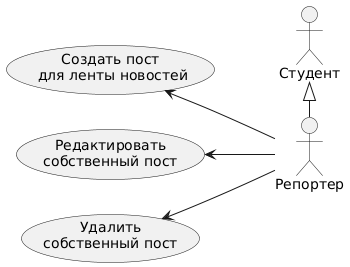
This is diagrams/usecase_Reporter.png from eatdetey/kubsuEVENTS, a PlantUML export, as it was before one commit. Source of this version:
```plantuml
@startuml
actor "Репортер" as rep
actor "Студент" as stu
usecase "Создать пост\n для ленты новостей" as createNews
usecase "Редактировать\nсобственный пост" as editNews
usecase "Удалить\nсобственный пост" as deleteNews
left to right direction
stu <|- rep
createNews <-- rep
editNews <-- rep
deleteNews <-- rep
@enduml
```
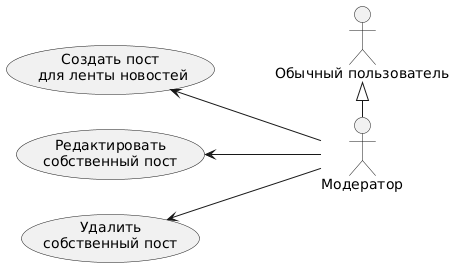
Above is the later version.

The edit, as a diff of the source:
```diff
@@ -1,6 +1,6 @@
 @startuml
-actor "Репортер" as rep
-actor "Студент" as stu
+actor "Модератор" as rep
+actor "Обычный пользователь" as stu
 usecase "Создать пост\n для ленты новостей" as createNews
 usecase "Редактировать\nсобственный пост" as editNews
 usecase "Удалить\nсобственный пост" as deleteNews
```
